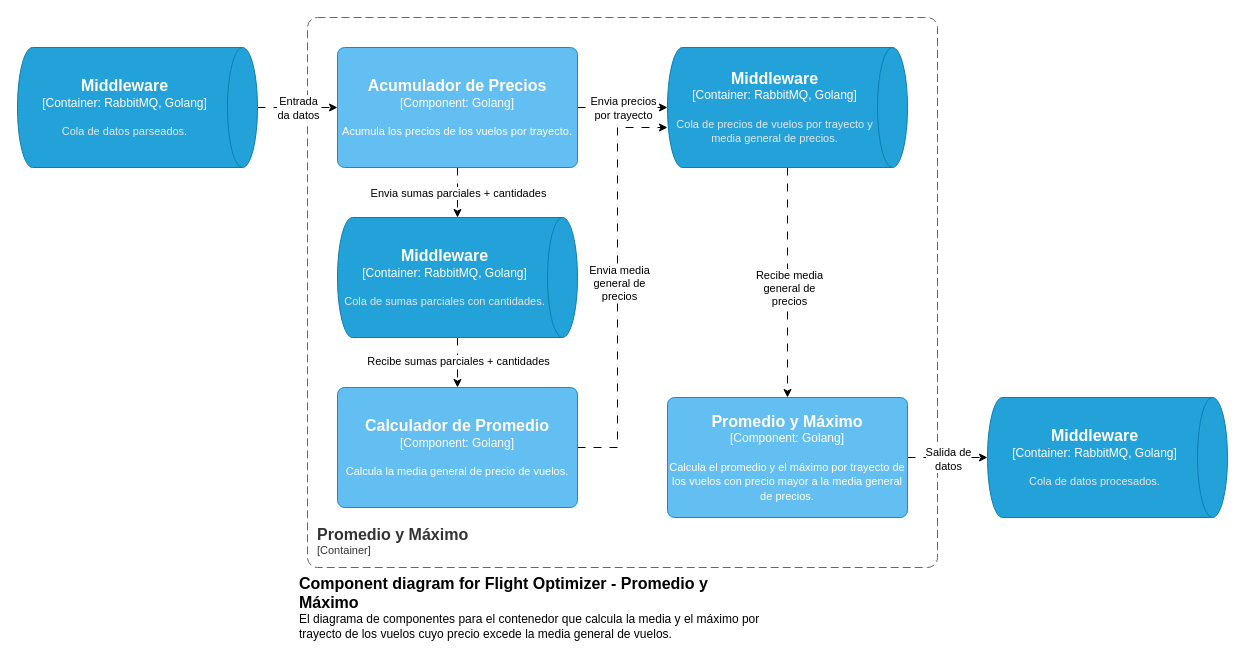
Above: page "Page-7" (7 of 7) of docs/C4model.drawio in FranciscoPereira987/tp1-distribuidos-grupo5 (draw.io), before the change. Source tidied: cells renumbered, new cells numbered last; positions are measured from the earlier drawing's top-left corner, leaving out a move shared by most shapes. Both pictures are drawn from the tidied source at 100%, with x=0, y=0 at pixel (17, 17).
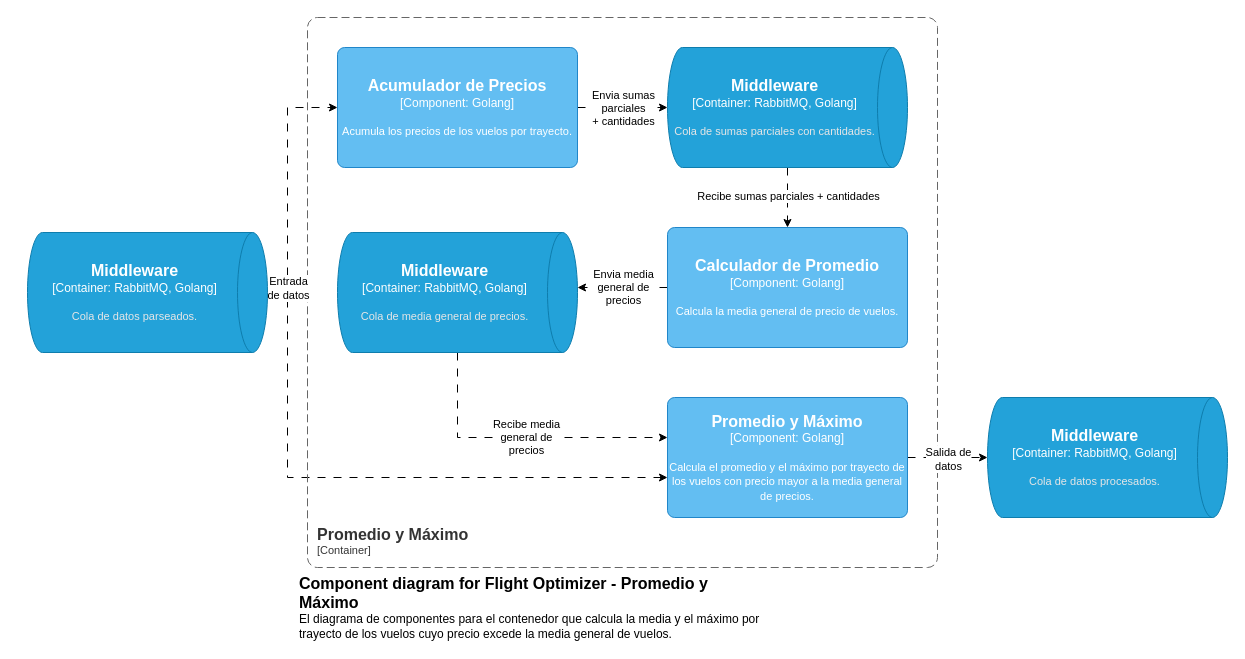
Above is the later version.

The change refers to these unchanged cells:
```xml
<mxCell id="8" style="edgeStyle=orthogonalEdgeStyle;rounded=0;jettySize=auto;html=1;dashed=1;dashPattern=8 8;" parent="1" edge="1" source="10" target="22">
  <mxGeometry relative="1" as="geometry" />
</mxCell>
<object id="10" label="&lt;font style=&quot;font-size: 16px&quot;&gt;&lt;b&gt;%c4Name%&lt;/b&gt;&lt;/font&gt;&lt;div&gt;[%c4Type%: %c4Technology%]&lt;/div&gt;&lt;br&gt;&lt;div&gt;&lt;font style=&quot;font-size: 11px&quot;&gt;%c4Description%&lt;/font&gt;&lt;/div&gt;" c4Description="Acumula los precios de los vuelos por trayecto." c4Name="Acumulador de Precios" c4Technology="Golang" c4Type="Component" placeholders="1">
  <mxCell style="rounded=1;whiteSpace=wrap;html=1;labelBackgroundColor=none;fillColor=#63BEF2;fontColor=#ffffff;align=center;arcSize=6;strokeColor=#2086C9;points=[[0.25,0,0],[0.5,0,0],[0.75,0,0],[1,0.25,0],[1,0.5,0],[1,0.75,0],[0.75,1,0],[0.5,1,0],[0.25,1,0],[0,0.75,0],[0,0.5,0],[0,0.25,0]];" parent="1" vertex="1">
    <mxGeometry x="320" y="30" width="240" height="120" as="geometry" />
  </mxCell>
</object>
<object id="16" label="&lt;font style=&quot;font-size: 16px&quot;&gt;&lt;b&gt;%c4Name%&lt;/b&gt;&lt;/font&gt;&lt;div&gt;[%c4Type%: %c4Technology%]&lt;/div&gt;&lt;br&gt;&lt;div&gt;&lt;font style=&quot;font-size: 11px&quot;&gt;%c4Description%&lt;/font&gt;&lt;/div&gt;" c4Description="Calcula el promedio y el máximo por trayecto de los vuelos con precio mayor a la media general de precios." c4Name="Promedio y Máximo" c4Technology="Golang" c4Type="Component" placeholders="1">
  <mxCell style="rounded=1;whiteSpace=wrap;html=1;labelBackgroundColor=none;fillColor=#63BEF2;fontColor=#ffffff;align=center;arcSize=6;strokeColor=#2086C9;points=[[0.25,0,0],[0.5,0,0],[0.75,0,0],[1,0.25,0],[1,0.5,0],[1,0.75,0],[0.75,1,0],[0.5,1,0],[0.25,1,0],[0,0.75,0],[0,0.5,0],[0,0.25,0]];" parent="1" vertex="1">
    <mxGeometry x="650" y="380" width="240" height="120" as="geometry" />
  </mxCell>
</object>
```

What changed in the source:
```diff
@@
+    <mxCell id="25" style="edgeStyle=orthogonalEdgeStyle;rounded=0;jettySize=auto;html=1;dashed=1;dashPattern=8 8;" parent="1" edge="1" source="5" target="16">
+      <mxGeometry relative="1" as="geometry">
+        <Array as="points">
+          <mxPoint x="270" y="270" />
+          <mxPoint x="270" y="460" />
+        </Array>
+      </mxGeometry>
+    </mxCell>
@@
     <mxCell id="3" style="edgeStyle=orthogonalEdgeStyle;rounded=0;jettySize=auto;html=1;dashed=1;dashPattern=8 8;" parent="1" edge="1" source="5" target="10">
-      <mxGeometry relative="1" as="geometry" />
+      <mxGeometry relative="1" as="geometry">
+        <Array as="points">
+          <mxPoint x="270" y="270" />
+          <mxPoint x="270" y="90" />
+        </Array>
+      </mxGeometry>
     </mxCell>
-    <mxCell id="4" value="&lt;div&gt;Entrada&lt;/div&gt;&lt;div&gt;da datos&lt;br&gt;&lt;/div&gt;" style="edgeLabel;html=1;align=center;verticalAlign=middle;" parent="3" vertex="1">
-      <mxGeometry x="-0.01" relative="1" as="geometry" />
+    <mxCell id="4" value="&lt;div&gt;Entrada&lt;/div&gt;&lt;div&gt;de datos&lt;br&gt;&lt;/div&gt;" style="edgeLabel;html=1;align=center;verticalAlign=middle;" parent="3" vertex="1">
+      <mxGeometry x="-0.01" relative="1" as="geometry">
+        <mxPoint y="104" as="offset" />
+      </mxGeometry>
     </mxCell>
     <object id="5" label="&lt;font style=&quot;font-size: 16px&quot;&gt;&lt;b&gt;%c4Type%&lt;/b&gt;&lt;/font&gt;&lt;div&gt;[%c4Container%:&amp;nbsp;%c4Technology%]&lt;/div&gt;&lt;br&gt;&lt;div&gt;&lt;font style=&quot;font-size: 11px&quot;&gt;&lt;font color=&quot;#E6E6E6&quot;&gt;%c4Description%&lt;/font&gt;&lt;/div&gt;" c4Container="Container" c4Description="Cola de datos parseados." c4Technology="RabbitMQ, Golang" c4Type="Middleware" placeholders="1">
       <mxCell style="shape=cylinder3;size=15;direction=south;whiteSpace=wrap;html=1;boundedLbl=1;rounded=0;labelBackgroundColor=none;fillColor=#23A2D9;fontSize=12;fontColor=#ffffff;align=center;strokeColor=#0E7DAD;points=[[0.5,0,0],[1,0.25,0],[1,0.5,0],[1,0.75,0],[0.5,1,0],[0,0.75,0],[0,0.5,0],[0,0.25,0]];" parent="1" vertex="1">
-        <mxGeometry y="30" width="240" height="120" as="geometry" />
+        <mxGeometry x="10" y="215" width="240" height="120" as="geometry" />
       </mxCell>
     </object>
-    <mxCell id="6" style="edgeStyle=orthogonalEdgeStyle;rounded=0;jettySize=auto;html=1;dashed=1;dashPattern=8 8;" parent="1" edge="1" source="10" target="19">
-      <mxGeometry relative="1" as="geometry" />
-    </mxCell>
-    <mxCell id="7" value="&lt;div&gt;Envia precios&lt;/div&gt;&lt;div&gt;por trayecto&lt;br&gt;&lt;/div&gt;" style="edgeLabel;html=1;align=center;verticalAlign=middle;" parent="6" vertex="1">
-      <mxGeometry relative="1" as="geometry" />
-    </mxCell>
@@
-    <mxCell id="9" value="Envia sumas parciales + cantidades" style="edgeLabel;html=1;align=center;verticalAlign=middle;" parent="8" vertex="1">
+    <mxCell id="9" value="&lt;div&gt;Envia sumas&lt;/div&gt;&lt;div&gt;parciales&lt;/div&gt;&lt;div&gt;+ cantidades&lt;/div&gt;" style="edgeLabel;html=1;align=center;verticalAlign=middle;" parent="8" vertex="1">
       <mxGeometry relative="1" as="geometry" />
     </mxCell>
@@
     <mxCell id="11" style="edgeStyle=orthogonalEdgeStyle;rounded=0;jettySize=auto;html=1;dashed=1;dashPattern=8 8;" parent="1" edge="1" source="13" target="19">
       <mxGeometry relative="1" as="geometry">
         <Array as="points">
-          <mxPoint x="600" y="430" />
-          <mxPoint x="600" y="110" />
+          <mxPoint x="550" y="270" />
+          <mxPoint x="550" y="270" />
         </Array>
       </mxGeometry>
     </mxCell>
@@
     <object id="13" label="&lt;font style=&quot;font-size: 16px&quot;&gt;&lt;b&gt;%c4Name%&lt;/b&gt;&lt;/font&gt;&lt;div&gt;[%c4Type%: %c4Technology%]&lt;/div&gt;&lt;br&gt;&lt;div&gt;&lt;font style=&quot;font-size: 11px&quot;&gt;%c4Description%&lt;/font&gt;&lt;/div&gt;" c4Description="Calcula la media general de precio de vuelos." c4Name="Calculador de Promedio" c4Technology="Golang" c4Type="Component" placeholders="1">
       <mxCell style="rounded=1;whiteSpace=wrap;html=1;labelBackgroundColor=none;fillColor=#63BEF2;fontColor=#ffffff;align=center;arcSize=6;strokeColor=#2086C9;points=[[0.25,0,0],[0.5,0,0],[0.75,0,0],[1,0.25,0],[1,0.5,0],[1,0.75,0],[0.75,1,0],[0.5,1,0],[0.25,1,0],[0,0.75,0],[0,0.5,0],[0,0.25,0]];" parent="1" vertex="1">
-        <mxGeometry x="320" y="370" width="240" height="120" as="geometry" />
+        <mxGeometry x="650" y="210" width="240" height="120" as="geometry" />
       </mxCell>
     </object>
@@
     <mxCell id="17" style="edgeStyle=orthogonalEdgeStyle;rounded=0;jettySize=auto;html=1;dashed=1;dashPattern=8 8;" parent="1" edge="1" source="19" target="16">
-      <mxGeometry relative="1" as="geometry" />
+      <mxGeometry relative="1" as="geometry">
+        <Array as="points">
+          <mxPoint x="440" y="420" />
+        </Array>
+      </mxGeometry>
     </mxCell>
@@
-    <object id="19" label="&lt;font style=&quot;font-size: 16px&quot;&gt;&lt;b&gt;%c4Type%&lt;/b&gt;&lt;/font&gt;&lt;div&gt;[%c4Container%:&amp;nbsp;%c4Technology%]&lt;/div&gt;&lt;br&gt;&lt;div&gt;&lt;font style=&quot;font-size: 11px&quot;&gt;&lt;font color=&quot;#E6E6E6&quot;&gt;%c4Description%&lt;/font&gt;&lt;/div&gt;" c4Container="Container" c4Description="Cola de precios de vuelos por trayecto y media general de precios." c4Technology="RabbitMQ, Golang" c4Type="Middleware" placeholders="1">
+    <object id="19" label="&lt;font style=&quot;font-size: 16px&quot;&gt;&lt;b&gt;%c4Type%&lt;/b&gt;&lt;/font&gt;&lt;div&gt;[%c4Container%:&amp;nbsp;%c4Technology%]&lt;/div&gt;&lt;br&gt;&lt;div&gt;&lt;font style=&quot;font-size: 11px&quot;&gt;&lt;font color=&quot;#E6E6E6&quot;&gt;%c4Description%&lt;/font&gt;&lt;/div&gt;" c4Container="Container" c4Description="Cola de media general de precios." c4Technology="RabbitMQ, Golang" c4Type="Middleware" placeholders="1">
       <mxCell style="shape=cylinder3;size=15;direction=south;whiteSpace=wrap;html=1;boundedLbl=1;rounded=0;labelBackgroundColor=none;fillColor=#23A2D9;fontSize=12;fontColor=#ffffff;align=center;strokeColor=#0E7DAD;points=[[0.5,0,0],[1,0.25,0],[1,0.5,0],[1,0.75,0],[0.5,1,0],[0,0.75,0],[0,0.5,0],[0,0.25,0]];" parent="1" vertex="1">
-        <mxGeometry x="650" y="30" width="240" height="120" as="geometry" />
+        <mxGeometry x="320" y="215" width="240" height="120" as="geometry" />
       </mxCell>
     </object>
@@
     <object id="22" label="&lt;font style=&quot;font-size: 16px&quot;&gt;&lt;b&gt;%c4Type%&lt;/b&gt;&lt;/font&gt;&lt;div&gt;[%c4Container%:&amp;nbsp;%c4Technology%]&lt;/div&gt;&lt;br&gt;&lt;div&gt;&lt;font style=&quot;font-size: 11px&quot;&gt;&lt;font color=&quot;#E6E6E6&quot;&gt;%c4Description%&lt;/font&gt;&lt;/div&gt;" c4Container="Container" c4Description="Cola de sumas parciales con cantidades." c4Technology="RabbitMQ, Golang" c4Type="Middleware" placeholders="1">
       <mxCell style="shape=cylinder3;size=15;direction=south;whiteSpace=wrap;html=1;boundedLbl=1;rounded=0;labelBackgroundColor=none;fillColor=#23A2D9;fontSize=12;fontColor=#ffffff;align=center;strokeColor=#0E7DAD;points=[[0.5,0,0],[1,0.25,0],[1,0.5,0],[1,0.75,0],[0.5,1,0],[0,0.75,0],[0,0.5,0],[0,0.25,0]];" parent="1" vertex="1">
-        <mxGeometry x="320" y="200" width="240" height="120" as="geometry" />
+        <mxGeometry x="650" y="30" width="240" height="120" as="geometry" />
       </mxCell>
     </object>
```
